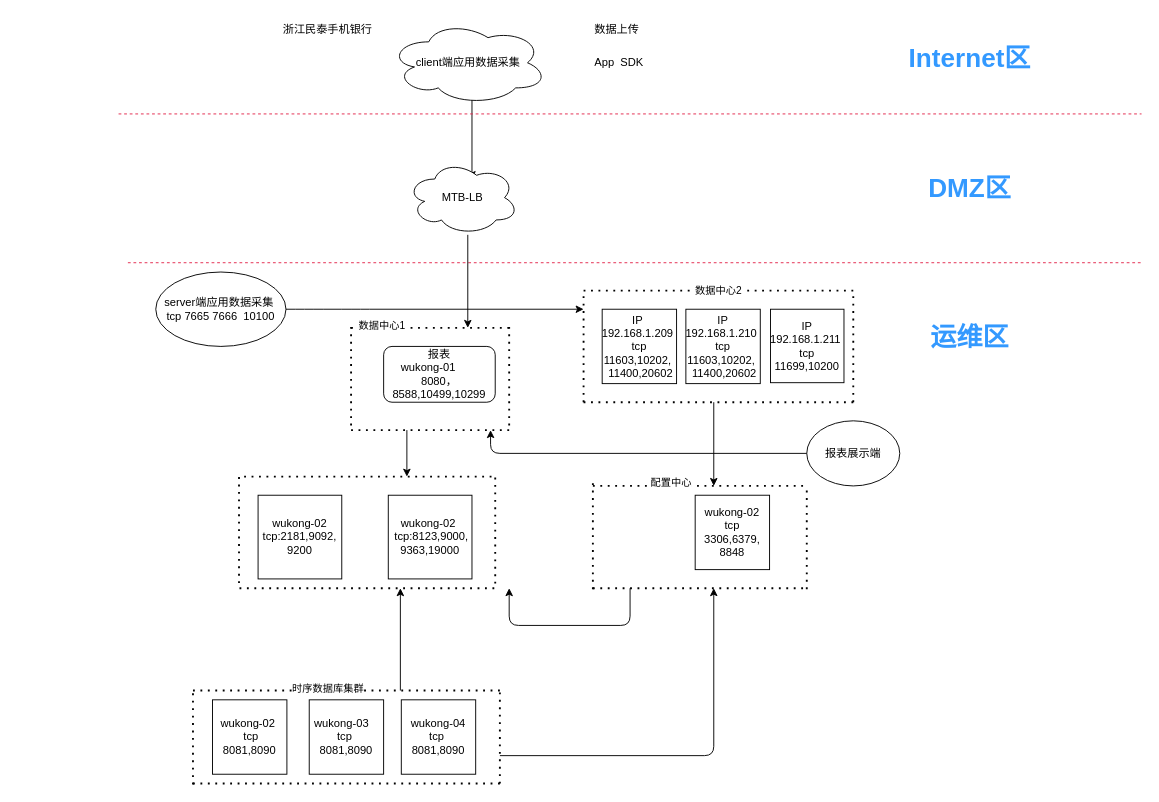
Earlier version of the draw.io diagram 未命名绘图.drawio (zeng0550/free-programming-books). Source tidied: cells renumbered, new cells numbered last; positions are measured from the earlier drawing's top-left corner, leaving out a move shared by most shapes. Both pictures are drawn from the tidied source at 93%, with x=0, y=0 at pixel (118, 20).
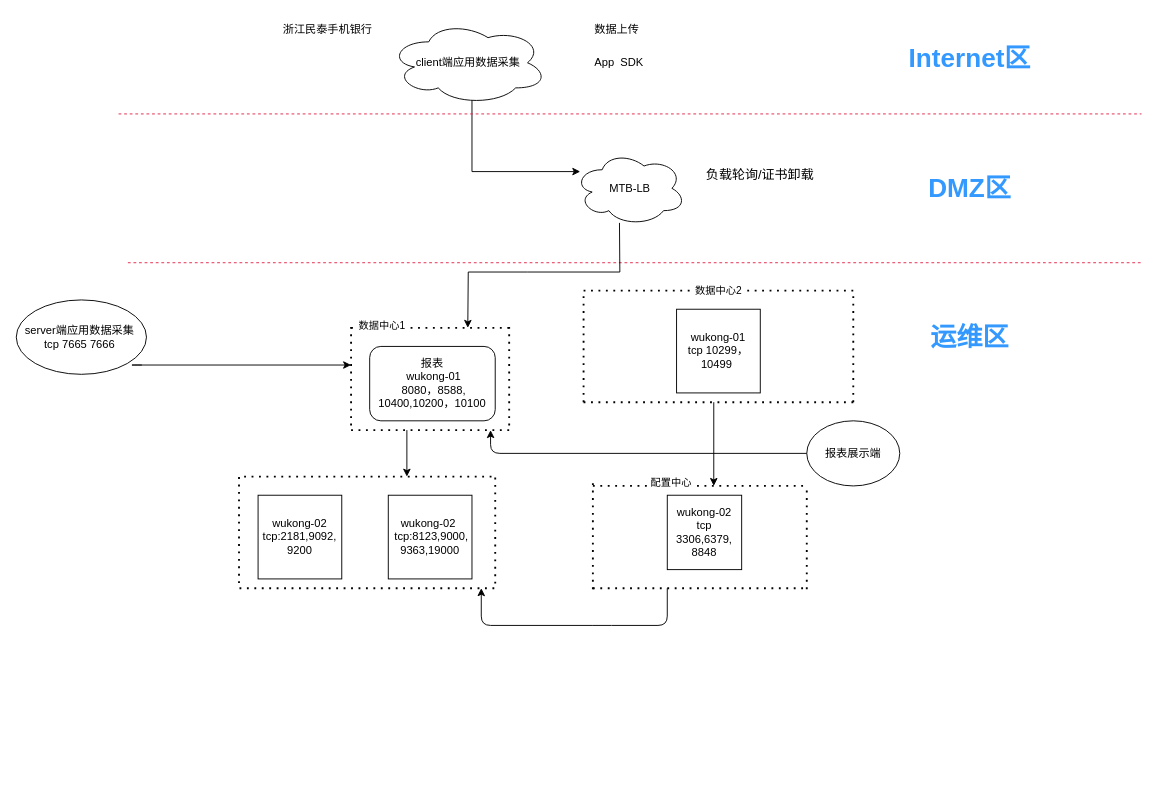
The same page after the edit.

Commit message (it also covers changes not shown here):
浙江民泰商业银行架构.drawio

The edit, as a diff of the source:
```diff
@@
-    <mxCell id="2" style="edgeStyle=orthogonalEdgeStyle;rounded=0;orthogonalLoop=1;jettySize=auto;html=1;" parent="1" edge="1">
+    <mxCell id="2" style="edgeStyle=orthogonalEdgeStyle;rounded=0;jettySize=auto;html=1;" parent="1" edge="1" target="9">
       <mxGeometry relative="1" as="geometry">
         <mxPoint x="380" y="80" as="sourcePoint" />
-        <mxPoint x="380" y="170" as="targetPoint" />
         <Array as="points">
-          <mxPoint x="379.5" y="161.6" />
+          <mxPoint x="380" y="162" />
         </Array>
       </mxGeometry>
     </mxCell>
@@
     <mxCell id="9" value="MTB-LB" style="ellipse;shape=cloud;whiteSpace=wrap;html=1;" parent="1" vertex="1">
-      <mxGeometry x="310" y="150" width="120" height="80" as="geometry" />
+      <mxGeometry x="490" y="140" width="120" height="80" as="geometry" />
     </mxCell>
-    <mxCell id="10" value="报表&lt;br&gt;wukong-01&amp;nbsp; &amp;nbsp; &amp;nbsp; &amp;nbsp; 8080，8588,10499,10299" style="rounded=1;whiteSpace=wrap;html=1;" parent="1" vertex="1">
-      <mxGeometry x="285" y="350" width="120" height="60" as="geometry" />
+    <mxCell id="10" value="报表&lt;br&gt;&amp;nbsp; &amp;nbsp; &amp;nbsp; &amp;nbsp; &amp;nbsp; wukong-01&amp;nbsp; &amp;nbsp; &amp;nbsp; &amp;nbsp; &amp;nbsp; &amp;nbsp;8080，8588,&lt;div&gt;10400,10200，10100&lt;/div&gt;" style="rounded=1;whiteSpace=wrap;html=1;" parent="1" vertex="1">
+      <mxGeometry x="270" y="350" width="135" height="80" as="geometry" />
     </mxCell>
-    <mxCell id="11" value="server端应用数据采集&amp;nbsp; tcp 7665 7666&amp;nbsp; 10100" style="ellipse;whiteSpace=wrap;html=1;" parent="1" vertex="1">
-      <mxGeometry x="40" y="270" width="140" height="80" as="geometry" />
+    <mxCell id="11" value="server端应用数据采集&amp;nbsp; tcp 7665 7666&amp;nbsp;" style="ellipse;whiteSpace=wrap;html=1;" parent="1" vertex="1">
+      <mxGeometry x="-110" y="300" width="140" height="80" as="geometry" />
     </mxCell>
-    <mxCell id="12" value="IP&amp;nbsp; 192.168.1.209&amp;nbsp; tcp 11603,10202,&amp;nbsp; &amp;nbsp;11400,20602" style="whiteSpace=wrap;html=1;" parent="1" vertex="1">
-      <mxGeometry x="520" y="310" width="80" height="80" as="geometry" />
+    <mxCell id="12" value="wukong-01&lt;div&gt;tcp 10299，10499&lt;span class=&quot;eusoft-eudic-chrome-extension-translate-content&quot;&gt;&lt;span class=&quot;eusoft-eudic-chrome-extension-translate-white-space ng-star-inserted&quot;&gt;&amp;nbsp;&lt;/span&gt;&lt;/span&gt;&lt;/div&gt;" style="whiteSpace=wrap;html=1;" parent="1" vertex="1">
+      <mxGeometry x="600" y="310" width="90" height="90" as="geometry" />
     </mxCell>
-    <mxCell id="13" value="IP 192.168.1.210&amp;nbsp; tcp 11603,10202,&amp;nbsp; &amp;nbsp;11400,20602" style="whiteSpace=wrap;html=1;" parent="1" vertex="1">
-      <mxGeometry x="610" y="310" width="80" height="80" as="geometry" />
-    </mxCell>
@@
     <mxCell id="23" style="endArrow=classic;html=1;" parent="1" edge="1">
       <mxGeometry relative="1" as="geometry">
-        <mxPoint x="180" y="310" as="sourcePoint" />
-        <mxPoint x="500" y="310" as="targetPoint" />
+        <mxPoint x="25" y="370" as="sourcePoint" />
+        <mxPoint x="250" y="370" as="targetPoint" />
         <Array as="points">
-          <mxPoint x="200" y="310" />
-          <mxPoint x="230" y="310" />
-          <mxPoint x="260" y="310" />
+          <mxPoint x="10" y="370" />
         </Array>
       </mxGeometry>
     </mxCell>
@@
     <mxCell id="32" value="wukong-02 tcp 3306,6379, 8848" style="whiteSpace=wrap;html=1;" parent="1" vertex="1">
-      <mxGeometry x="620" y="510" width="80" height="80" as="geometry" />
+      <mxGeometry x="590" y="510" width="80" height="80" as="geometry" />
     </mxCell>
@@
-    <mxCell id="38" value="wukong-02&amp;nbsp; &amp;nbsp;tcp 8081,8090" style="whiteSpace=wrap;html=1;" parent="1" vertex="1">
-      <mxGeometry x="101" y="730" width="80" height="80" as="geometry" />
-    </mxCell>
-    <mxCell id="39" value="wukong-03&amp;nbsp; &amp;nbsp; tcp&amp;nbsp; 8081,8090" style="whiteSpace=wrap;html=1;" parent="1" vertex="1">
-      <mxGeometry x="205" y="730" width="80" height="80" as="geometry" />
-    </mxCell>
-    <mxCell id="40" value="wukong-04 tcp&amp;nbsp; 8081,8090" style="whiteSpace=wrap;html=1;" parent="1" vertex="1">
-      <mxGeometry x="304" y="730" width="80" height="80" as="geometry" />
-    </mxCell>
-    <mxCell id="41" style="endArrow=none;dashed=1;html=1;dashPattern=1 3;strokeWidth=2;" parent="1" edge="1">
-      <mxGeometry relative="1" as="geometry">
-        <mxPoint x="80" y="820" as="sourcePoint" />
-        <mxPoint x="410" y="820" as="targetPoint" />
-      </mxGeometry>
-    </mxCell>
-    <mxCell id="42" style="endArrow=none;dashed=1;html=1;dashPattern=1 3;strokeWidth=2;" parent="1" edge="1">
-      <mxGeometry relative="1" as="geometry">
-        <mxPoint x="80" y="720" as="sourcePoint" />
-        <mxPoint x="410" y="720" as="targetPoint" />
-      </mxGeometry>
-    </mxCell>
-    <mxCell id="43" value="时序数据库集群" style="edgeLabel;html=1;align=center;verticalAlign=middle;" parent="42" vertex="1">
-      <mxGeometry x="-0.13" y="3" relative="1" as="geometry" />
-    </mxCell>
-    <mxCell id="44" style="endArrow=none;dashed=1;html=1;dashPattern=1 3;strokeWidth=2;" parent="1" edge="1">
-      <mxGeometry relative="1" as="geometry">
-        <mxPoint x="80" y="821" as="sourcePoint" />
-        <mxPoint x="80" y="720" as="targetPoint" />
-      </mxGeometry>
-    </mxCell>
-    <mxCell id="45" style="endArrow=none;dashed=1;html=1;dashPattern=1 3;strokeWidth=2;" parent="1" edge="1">
-      <mxGeometry relative="1" as="geometry">
-        <mxPoint x="410" y="820" as="sourcePoint" />
-        <mxPoint x="410" y="720" as="targetPoint" />
-      </mxGeometry>
-    </mxCell>
-    <mxCell id="46" style="endArrow=classic;html=1;" parent="1" edge="1">
-      <mxGeometry relative="1" as="geometry">
-        <mxPoint x="303" y="720" as="sourcePoint" />
-        <mxPoint x="303" y="610" as="targetPoint" />
-      </mxGeometry>
-    </mxCell>
-    <mxCell id="47" style="endArrow=classic;html=1;" parent="1" edge="1">
-      <mxGeometry relative="1" as="geometry">
-        <mxPoint x="410" y="790" as="sourcePoint" />
-        <mxPoint x="640" y="610" as="targetPoint" />
-        <Array as="points">
-          <mxPoint x="640" y="790" />
-        </Array>
-      </mxGeometry>
-    </mxCell>
@@
     <mxCell id="50" style="endArrow=classic;html=1;" parent="1" edge="1">
       <mxGeometry relative="1" as="geometry">
-        <mxPoint x="550" y="610" as="sourcePoint" />
-        <mxPoint x="420" y="610" as="targetPoint" />
+        <mxPoint x="590" y="610" as="sourcePoint" />
+        <mxPoint x="390" y="610" as="targetPoint" />
         <Array as="points">
-          <mxPoint x="550" y="650" />
-          <mxPoint x="420" y="650" />
+          <mxPoint x="590" y="650" />
+          <mxPoint x="520" y="650" />
+          <mxPoint x="390" y="650" />
         </Array>
       </mxGeometry>
     </mxCell>
-    <mxCell id="51" value="IP 192.168.1.211&amp;nbsp; tcp 11699,10200" style="whiteSpace=wrap;html=1;" parent="1" vertex="1">
-      <mxGeometry x="701" y="310" width="79" height="79" as="geometry" />
-    </mxCell>
@@
-    <mxCell id="55" style="endArrow=classic;html=1;rounded=0;" parent="1" edge="1">
+    <mxCell id="55" style="endArrow=classic;html=1;rounded=0;exitX=0.405;exitY=0.965;exitDx=0;exitDy=0;exitPerimeter=0;" parent="1" edge="1" source="9">
       <mxGeometry relative="1" as="geometry">
-        <mxPoint x="375.5" y="230" as="sourcePoint" />
         <mxPoint x="375.5" y="330" as="targetPoint" />
+        <Array as="points">
+          <mxPoint x="539" y="270" />
+          <mxPoint x="440" y="270" />
+          <mxPoint x="376" y="270" />
+        </Array>
       </mxGeometry>
     </mxCell>
+    <mxCell id="56" value="&lt;font style=&quot;font-size: 14px;&quot;&gt;负载轮询/证书卸载&lt;/font&gt;" style="text;whiteSpace=wrap;html=1;" parent="1" vertex="1">
+      <mxGeometry x="630" y="150" width="160" height="50" as="geometry" />
+    </mxCell>
```
